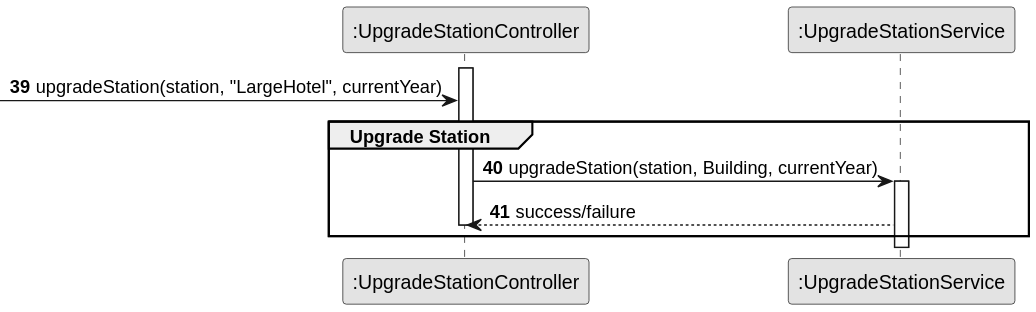
The PlantUML diagram docs/sprint3/us006/03.design/svg/us006-sd-partial-upgrade-station.svg in ivasduarte/all-aboard, before a commit.
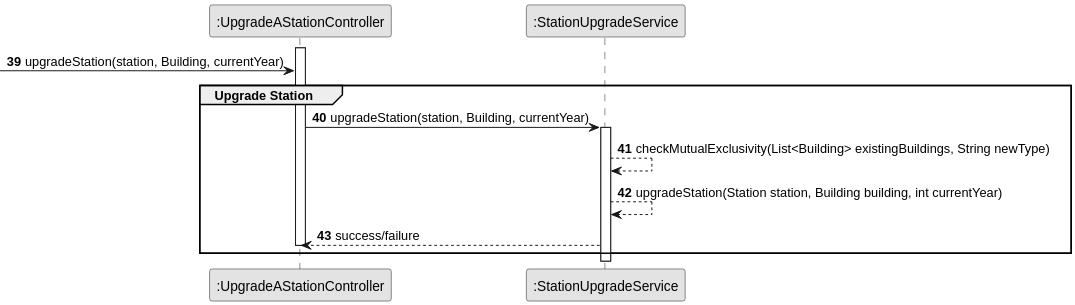
After the commit.

Change to the diagram source:
```diff
@@ -3,18 +3,20 @@
 skinparam packageStyle rectangle
 skinparam shadowing false
 
-participant ":UpgradeStationController" as ctrl
-participant ":UpgradeStationService" as sv
+participant ":UpgradeAStationController" as ctrl
+participant ":StationUpgradeService" as sv
 
 activate ctrl
 
 autonumber 39
--> ctrl : upgradeStation(station, "LargeHotel", currentYear)
+-> ctrl : upgradeStation(station, Building, currentYear)
 
     group Upgrade Station
 
         ctrl -> sv : upgradeStation(station, Building, currentYear)
         activate sv
+        sv --> sv: checkMutualExclusivity(List<Building> existingBuildings, String newType)
+        sv --> sv: upgradeStation(Station station, Building building, int currentYear)
         sv --> ctrl : success/failure
         deactivate ctrl
 
```
